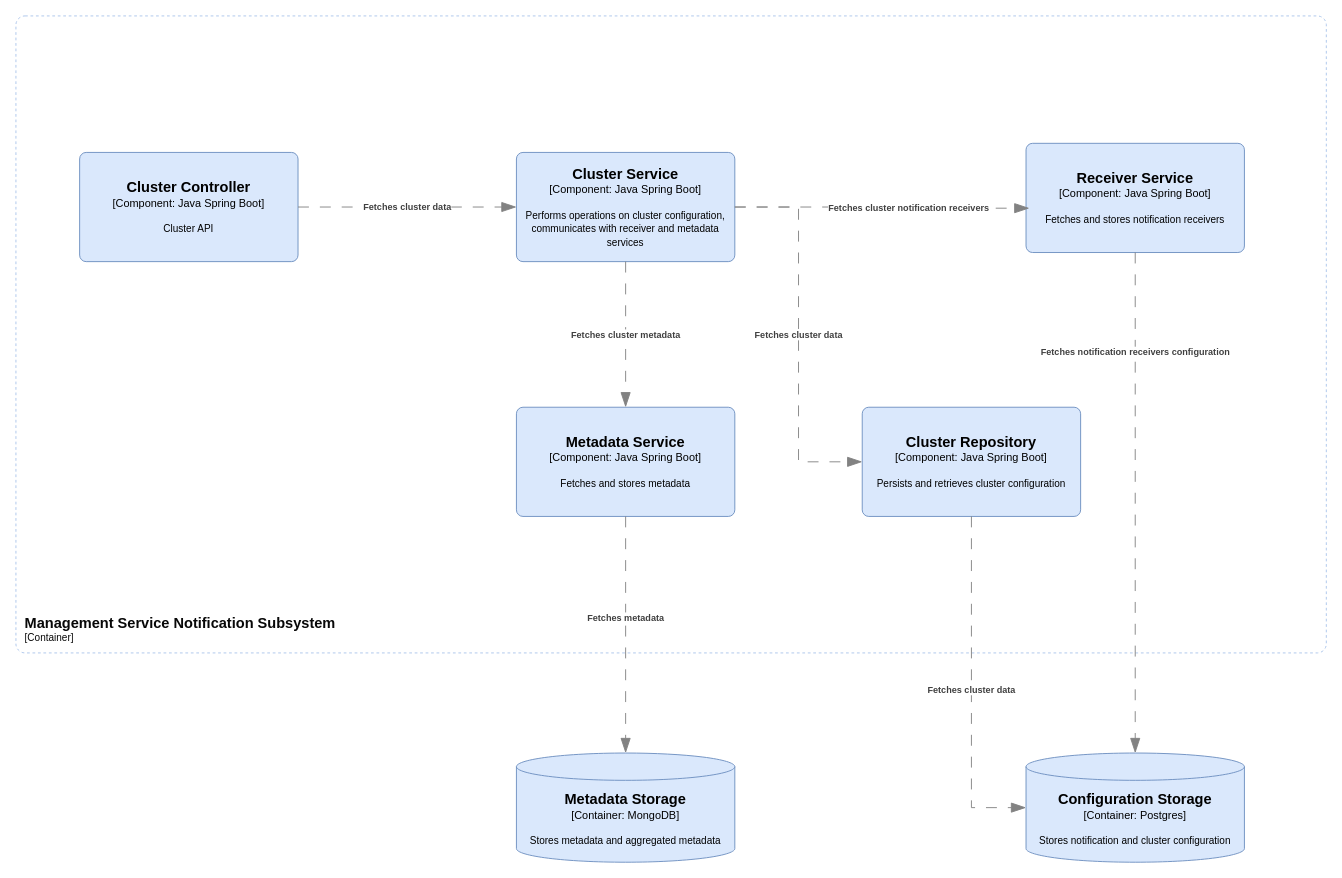
Earlier version of the draw.io diagram docs/diagrams/management-service/components/clusters/management-service-clusters.drawio (Magpie-Monitor/magpie-monitor). Source tidied: cells renumbered, new cells numbered last; positions are measured from the earlier drawing's top-left corner, leaving out a move shared by most shapes. Both pictures are drawn from the tidied source at 91%, with x=0, y=0 at pixel (15, 15).
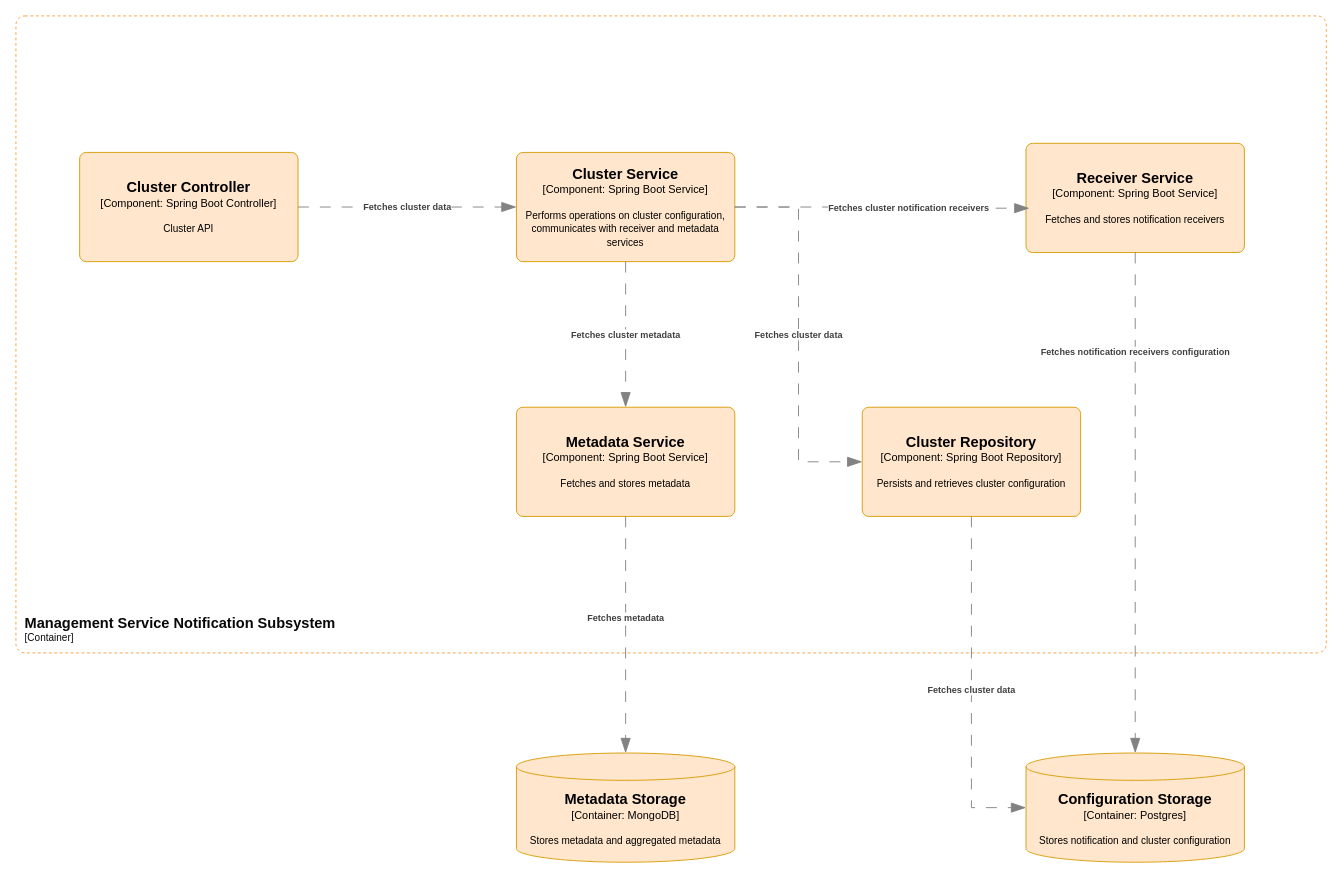
After the change.

What changed in the source:
```diff
@@
     <object id="2" label="&lt;font style=&quot;font-size: 16px&quot;&gt;&lt;b&gt;%c4Name%&lt;/b&gt;&lt;/font&gt;&lt;div&gt;[%c4Type%:&amp;nbsp;%c4Technology%]&lt;/div&gt;&lt;br&gt;&lt;div&gt;&lt;font style=&quot;font-size: 11px&quot;&gt;&lt;font&gt;%c4Description%&lt;/font&gt;&lt;/font&gt;&lt;/div&gt;" c4Description="Stores notification and cluster configuration" c4Name="Configuration Storage" c4Technology="Postgres" c4Type="Container" placeholders="1">
-      <mxCell style="shape=cylinder3;size=15;whiteSpace=wrap;html=1;boundedLbl=1;rounded=0;labelBackgroundColor=none;fillColor=#dae8fc;fontSize=12;align=center;strokeColor=#6c8ebf;points=[[0.5,0,0],[1,0.25,0],[1,0.5,0],[1,0.75,0],[0.5,1,0],[0,0.75,0],[0,0.5,0],[0,0.25,0]];" parent="1" vertex="1">
+      <mxCell style="shape=cylinder3;size=15;whiteSpace=wrap;html=1;boundedLbl=1;rounded=0;labelBackgroundColor=none;fillColor=#ffe6cc;fontSize=12;align=center;strokeColor=#d79b00;points=[[0.5,0,0],[1,0.25,0],[1,0.5,0],[1,0.75,0],[0.5,1,0],[0,0.75,0],[0,0.5,0],[0,0.25,0]];" parent="1" vertex="1">
         <mxGeometry x="1110" y="810" width="240" height="120" as="geometry" />
       </mxCell>
     </object>
-    <object id="3" label="&lt;font style=&quot;font-size: 16px&quot;&gt;&lt;b&gt;%c4Name%&lt;/b&gt;&lt;/font&gt;&lt;div&gt;[%c4Type%: %c4Technology%]&lt;/div&gt;&lt;br&gt;&lt;div&gt;&lt;font style=&quot;font-size: 11px&quot;&gt;%c4Description%&lt;/font&gt;&lt;/div&gt;" c4Description="Performs operations on cluster configuration, communicates with receiver and metadata services" c4Name="Cluster Service" c4Technology="Java Spring Boot" c4Type="Component" placeholders="1">
-      <mxCell style="rounded=1;whiteSpace=wrap;html=1;labelBackgroundColor=none;fillColor=#dae8fc;align=center;arcSize=6;strokeColor=#6c8ebf;points=[[0.25,0,0],[0.5,0,0],[0.75,0,0],[1,0.25,0],[1,0.5,0],[1,0.75,0],[0.75,1,0],[0.5,1,0],[0.25,1,0],[0,0.75,0],[0,0.5,0],[0,0.25,0]];" parent="1" vertex="1">
+    <object id="3" label="&lt;font style=&quot;font-size: 16px&quot;&gt;&lt;b&gt;%c4Name%&lt;/b&gt;&lt;/font&gt;&lt;div&gt;[%c4Type%: %c4Technology%]&lt;/div&gt;&lt;br&gt;&lt;div&gt;&lt;font style=&quot;font-size: 11px&quot;&gt;%c4Description%&lt;/font&gt;&lt;/div&gt;" c4Description="Performs operations on cluster configuration, communicates with receiver and metadata services" c4Name="Cluster Service" c4Technology="Spring Boot Service" c4Type="Component" placeholders="1">
+      <mxCell style="rounded=1;whiteSpace=wrap;html=1;labelBackgroundColor=none;fillColor=#ffe6cc;align=center;arcSize=6;strokeColor=#d79b00;points=[[0.25,0,0],[0.5,0,0],[0.75,0,0],[1,0.25,0],[1,0.5,0],[1,0.75,0],[0.75,1,0],[0.5,1,0],[0.25,1,0],[0,0.75,0],[0,0.5,0],[0,0.25,0]];" parent="1" vertex="1">
         <mxGeometry x="550" y="150" width="240" height="120" as="geometry" />
       </mxCell>
     </object>
-    <object id="4" label="&lt;font style=&quot;font-size: 16px&quot;&gt;&lt;b&gt;%c4Name%&lt;/b&gt;&lt;/font&gt;&lt;div&gt;[%c4Type%: %c4Technology%]&lt;/div&gt;&lt;br&gt;&lt;div&gt;&lt;font style=&quot;font-size: 11px&quot;&gt;%c4Description%&lt;/font&gt;&lt;/div&gt;" c4Description="Cluster API" c4Name="Cluster Controller" c4Technology="Java Spring Boot" c4Type="Component" placeholders="1">
-      <mxCell style="rounded=1;whiteSpace=wrap;html=1;labelBackgroundColor=none;fillColor=#dae8fc;align=center;arcSize=6;strokeColor=#6c8ebf;points=[[0.25,0,0],[0.5,0,0],[0.75,0,0],[1,0.25,0],[1,0.5,0],[1,0.75,0],[0.75,1,0],[0.5,1,0],[0.25,1,0],[0,0.75,0],[0,0.5,0],[0,0.25,0]];" parent="1" vertex="1">
+    <object id="4" label="&lt;font style=&quot;font-size: 16px&quot;&gt;&lt;b&gt;%c4Name%&lt;/b&gt;&lt;/font&gt;&lt;div&gt;[%c4Type%: %c4Technology%]&lt;/div&gt;&lt;br&gt;&lt;div&gt;&lt;font style=&quot;font-size: 11px&quot;&gt;%c4Description%&lt;/font&gt;&lt;/div&gt;" c4Description="Cluster API" c4Name="Cluster Controller" c4Technology="Spring Boot Controller" c4Type="Component" placeholders="1">
+      <mxCell style="rounded=1;whiteSpace=wrap;html=1;labelBackgroundColor=none;fillColor=#ffe6cc;align=center;arcSize=6;strokeColor=#d79b00;points=[[0.25,0,0],[0.5,0,0],[0.75,0,0],[1,0.25,0],[1,0.5,0],[1,0.75,0],[0.75,1,0],[0.5,1,0],[0.25,1,0],[0,0.75,0],[0,0.5,0],[0,0.25,0]];" parent="1" vertex="1">
         <mxGeometry x="70" y="150" width="240" height="120" as="geometry" />
       </mxCell>
     </object>
     <object id="5" label="&lt;font style=&quot;font-size: 16px&quot;&gt;&lt;b&gt;&lt;div style=&quot;text-align: left&quot;&gt;%c4Name%&lt;/div&gt;&lt;/b&gt;&lt;/font&gt;&lt;div style=&quot;text-align: left&quot;&gt;[%c4Application%]&lt;/div&gt;" c4Application="Container" c4Name="Management Service Notification Subsystem" placeholders="1">
-      <mxCell style="rounded=1;fontSize=11;whiteSpace=wrap;html=1;dashed=1;arcSize=20;fillColor=none;strokeColor=#A9C4EB;labelBackgroundColor=none;align=left;verticalAlign=bottom;labelBorderColor=none;spacingTop=0;spacing=10;perimeter=rectanglePerimeter;labelPadding=0;absoluteArcSize=1;fontColor=#080808;" parent="1" vertex="1">
+      <mxCell style="rounded=1;fontSize=11;whiteSpace=wrap;html=1;dashed=1;arcSize=20;fillColor=none;strokeColor=#FF9933;labelBackgroundColor=none;align=left;verticalAlign=bottom;labelBorderColor=none;spacingTop=0;spacing=10;perimeter=rectanglePerimeter;labelPadding=0;absoluteArcSize=1;fontColor=#080808;" parent="1" vertex="1">
         <mxGeometry width="1440" height="700" as="geometry" />
       </mxCell>
     </object>
-    <object id="6" label="&lt;font style=&quot;font-size: 16px&quot;&gt;&lt;b&gt;%c4Name%&lt;/b&gt;&lt;/font&gt;&lt;div&gt;[%c4Type%: %c4Technology%]&lt;/div&gt;&lt;br&gt;&lt;div&gt;&lt;font style=&quot;font-size: 11px&quot;&gt;%c4Description%&lt;/font&gt;&lt;/div&gt;" c4Description="Fetches and stores notification receivers" c4Name="Receiver Service" c4Technology="Java Spring Boot" c4Type="Component" placeholders="1">
-      <mxCell style="rounded=1;whiteSpace=wrap;html=1;labelBackgroundColor=none;fillColor=#dae8fc;align=center;arcSize=6;strokeColor=#6c8ebf;points=[[0.25,0,0],[0.5,0,0],[0.75,0,0],[1,0.25,0],[1,0.5,0],[1,0.75,0],[0.75,1,0],[0.5,1,0],[0.25,1,0],[0,0.75,0],[0,0.5,0],[0,0.25,0]];" parent="1" vertex="1">
+    <object id="6" label="&lt;font style=&quot;font-size: 16px&quot;&gt;&lt;b&gt;%c4Name%&lt;/b&gt;&lt;/font&gt;&lt;div&gt;[%c4Type%: %c4Technology%]&lt;/div&gt;&lt;br&gt;&lt;div&gt;&lt;font style=&quot;font-size: 11px&quot;&gt;%c4Description%&lt;/font&gt;&lt;/div&gt;" c4Description="Fetches and stores notification receivers" c4Name="Receiver Service" c4Technology="Spring Boot Service" c4Type="Component" placeholders="1">
+      <mxCell style="rounded=1;whiteSpace=wrap;html=1;labelBackgroundColor=none;fillColor=#ffe6cc;align=center;arcSize=6;strokeColor=#d79b00;points=[[0.25,0,0],[0.5,0,0],[0.75,0,0],[1,0.25,0],[1,0.5,0],[1,0.75,0],[0.75,1,0],[0.5,1,0],[0.25,1,0],[0,0.75,0],[0,0.5,0],[0,0.25,0]];" parent="1" vertex="1">
         <mxGeometry x="1110" y="140" width="240" height="120" as="geometry" />
       </mxCell>
     </object>
     <object id="7" label="&lt;font style=&quot;font-size: 16px&quot;&gt;&lt;b&gt;%c4Name%&lt;/b&gt;&lt;/font&gt;&lt;div&gt;[%c4Type%:&amp;nbsp;%c4Technology%]&lt;/div&gt;&lt;br&gt;&lt;div&gt;&lt;font style=&quot;font-size: 11px&quot;&gt;&lt;font&gt;%c4Description%&lt;/font&gt;&lt;/font&gt;&lt;/div&gt;" c4Description="Stores metadata and aggregated metadata" c4Name="Metadata Storage" c4Technology="MongoDB" c4Type="Container" placeholders="1">
-      <mxCell style="shape=cylinder3;size=15;whiteSpace=wrap;html=1;boundedLbl=1;rounded=0;labelBackgroundColor=none;fillColor=#dae8fc;fontSize=12;align=center;strokeColor=#6c8ebf;points=[[0.5,0,0],[1,0.25,0],[1,0.5,0],[1,0.75,0],[0.5,1,0],[0,0.75,0],[0,0.5,0],[0,0.25,0]];" parent="1" vertex="1">
+      <mxCell style="shape=cylinder3;size=15;whiteSpace=wrap;html=1;boundedLbl=1;rounded=0;labelBackgroundColor=none;fillColor=#ffe6cc;fontSize=12;align=center;strokeColor=#d79b00;points=[[0.5,0,0],[1,0.25,0],[1,0.5,0],[1,0.75,0],[0.5,1,0],[0,0.75,0],[0,0.5,0],[0,0.25,0]];" parent="1" vertex="1">
         <mxGeometry x="550" y="810" width="240" height="120" as="geometry" />
       </mxCell>
     </object>
-    <object id="8" label="&lt;font style=&quot;font-size: 16px&quot;&gt;&lt;b&gt;%c4Name%&lt;/b&gt;&lt;/font&gt;&lt;div&gt;[%c4Type%: %c4Technology%]&lt;/div&gt;&lt;br&gt;&lt;div&gt;&lt;font style=&quot;font-size: 11px&quot;&gt;%c4Description%&lt;/font&gt;&lt;/div&gt;" c4Description="Fetches and stores metadata" c4Name="Metadata Service" c4Technology="Java Spring Boot" c4Type="Component" placeholders="1">
-      <mxCell style="rounded=1;whiteSpace=wrap;html=1;labelBackgroundColor=none;fillColor=#dae8fc;align=center;arcSize=6;strokeColor=#6c8ebf;points=[[0.25,0,0],[0.5,0,0],[0.75,0,0],[1,0.25,0],[1,0.5,0],[1,0.75,0],[0.75,1,0],[0.5,1,0],[0.25,1,0],[0,0.75,0],[0,0.5,0],[0,0.25,0]];" parent="1" vertex="1">
+    <object id="8" label="&lt;font style=&quot;font-size: 16px&quot;&gt;&lt;b&gt;%c4Name%&lt;/b&gt;&lt;/font&gt;&lt;div&gt;[%c4Type%: %c4Technology%]&lt;/div&gt;&lt;br&gt;&lt;div&gt;&lt;font style=&quot;font-size: 11px&quot;&gt;%c4Description%&lt;/font&gt;&lt;/div&gt;" c4Description="Fetches and stores metadata" c4Name="Metadata Service" c4Technology="Spring Boot Service" c4Type="Component" placeholders="1">
+      <mxCell style="rounded=1;whiteSpace=wrap;html=1;labelBackgroundColor=none;fillColor=#ffe6cc;align=center;arcSize=6;strokeColor=#d79b00;points=[[0.25,0,0],[0.5,0,0],[0.75,0,0],[1,0.25,0],[1,0.5,0],[1,0.75,0],[0.75,1,0],[0.5,1,0],[0.25,1,0],[0,0.75,0],[0,0.5,0],[0,0.25,0]];" parent="1" vertex="1">
         <mxGeometry x="550" y="430" width="240" height="120" as="geometry" />
       </mxCell>
     </object>
@@
-    <object id="14" label="&lt;font style=&quot;font-size: 16px&quot;&gt;&lt;b&gt;%c4Name%&lt;/b&gt;&lt;/font&gt;&lt;div&gt;[%c4Type%: %c4Technology%]&lt;/div&gt;&lt;br&gt;&lt;div&gt;&lt;font style=&quot;font-size: 11px&quot;&gt;%c4Description%&lt;/font&gt;&lt;/div&gt;" c4Description="Persists and retrieves cluster configuration" c4Name="Cluster Repository" c4Technology="Java Spring Boot" c4Type="Component" placeholders="1">
-      <mxCell style="rounded=1;whiteSpace=wrap;html=1;labelBackgroundColor=none;fillColor=#dae8fc;align=center;arcSize=6;strokeColor=#6c8ebf;points=[[0.25,0,0],[0.5,0,0],[0.75,0,0],[1,0.25,0],[1,0.5,0],[1,0.75,0],[0.75,1,0],[0.5,1,0],[0.25,1,0],[0,0.75,0],[0,0.5,0],[0,0.25,0]];" parent="1" vertex="1">
+    <object id="14" label="&lt;font style=&quot;font-size: 16px&quot;&gt;&lt;b&gt;%c4Name%&lt;/b&gt;&lt;/font&gt;&lt;div&gt;[%c4Type%: %c4Technology%]&lt;/div&gt;&lt;br&gt;&lt;div&gt;&lt;font style=&quot;font-size: 11px&quot;&gt;%c4Description%&lt;/font&gt;&lt;/div&gt;" c4Description="Persists and retrieves cluster configuration" c4Name="Cluster Repository" c4Technology="Spring Boot Repository" c4Type="Component" placeholders="1">
+      <mxCell style="rounded=1;whiteSpace=wrap;html=1;labelBackgroundColor=none;fillColor=#ffe6cc;align=center;arcSize=6;strokeColor=#d79b00;points=[[0.25,0,0],[0.5,0,0],[0.75,0,0],[1,0.25,0],[1,0.5,0],[1,0.75,0],[0.75,1,0],[0.5,1,0],[0.25,1,0],[0,0.75,0],[0,0.5,0],[0,0.25,0]];" parent="1" vertex="1">
         <mxGeometry x="930" y="430" width="240" height="120" as="geometry" />
       </mxCell>
     </object>
```
